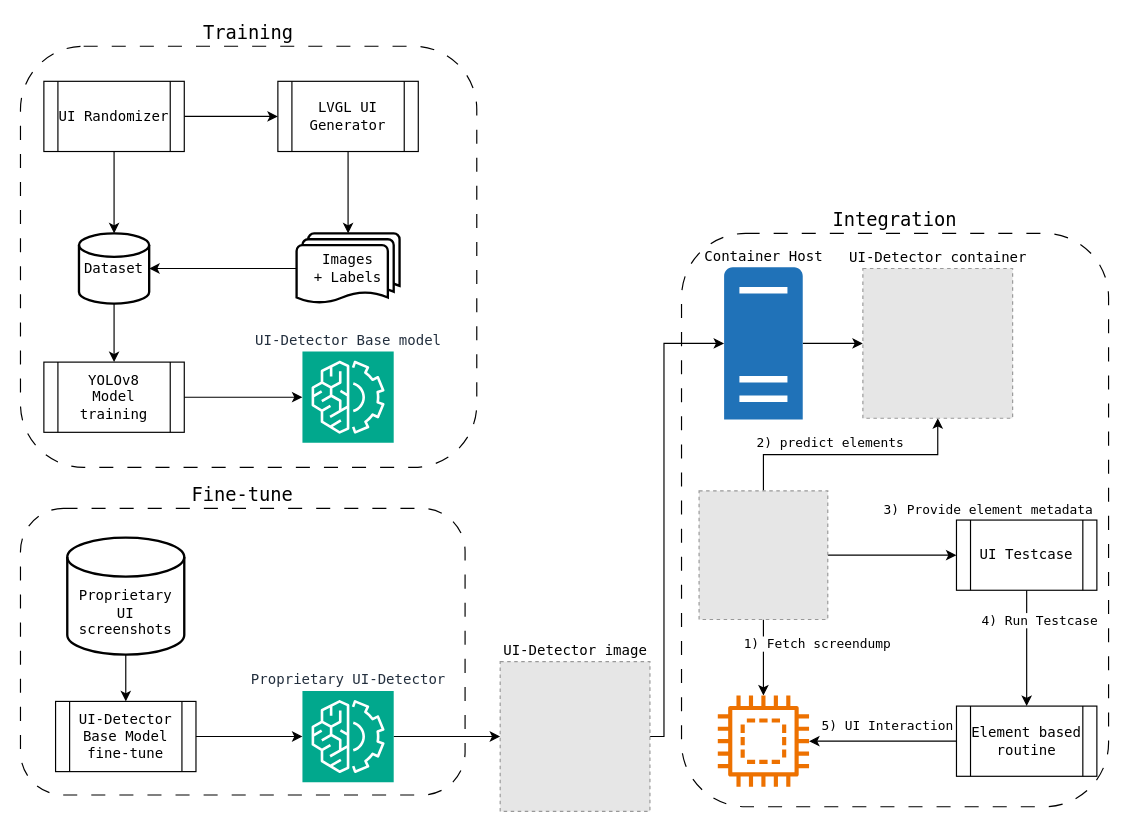
The draw.io diagram doc/Framework.drawio in HackXIt/lvgl-ui-detector, before the edit. Source tidied: cells renumbered, new cells numbered last; positions are measured from the earlier drawing's top-left corner, leaving out a move shared by most shapes. Both pictures are drawn from the tidied source at 117%, with x=0, y=0 at pixel (20, 46). Pictures stored in the file or linked from it are replaced by grey dashed boxes.
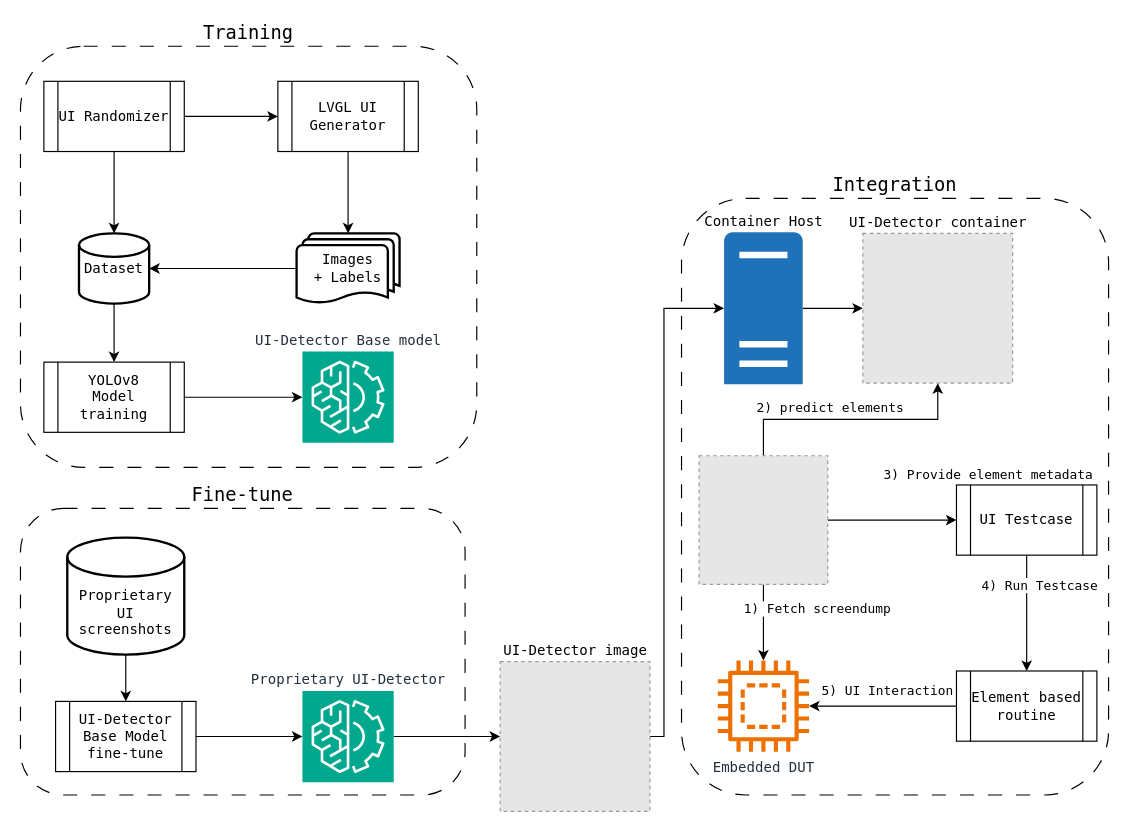
After the change.

The change refers to these unchanged cells:
```xml
<mxCell id="17" value="UI-Detector image" style="fillColor=#E6E6E6;strokeColor=#999999;dashed=1;html=1;verticalAlign=bottom;verticalLabelPosition=top;labelBackgroundColor=#ffffff;labelPosition=center;align=center;fontFamily=Lucida Console;" parent="1" vertex="1">
  <mxGeometry x="410" y="526" width="128" height="128" as="geometry" />
</mxCell>
```

Diff of the diagram source:
```diff
@@
     <mxCell id="3" value="Integration" style="rounded=1;whiteSpace=wrap;html=1;fillColor=none;dashed=1;dashPattern=12 12;labelPosition=center;verticalLabelPosition=top;align=center;verticalAlign=bottom;fontFamily=Lucida Console;fontSize=16;" parent="1" vertex="1">
-      <mxGeometry x="565" y="160" width="365" height="490" as="geometry" />
+      <mxGeometry x="565" y="130" width="365" height="510" as="geometry" />
     </mxCell>
@@
     <mxCell id="16" style="edgeStyle=orthogonalEdgeStyle;rounded=0;jettySize=auto;html=1;exitX=1;exitY=0.5;exitDx=0;exitDy=0;fontFamily=Lucida Console;" parent="1" edge="1" source="17" target="26">
       <mxGeometry relative="1" as="geometry">
         <Array as="points">
           <mxPoint x="550" y="590" />
-          <mxPoint x="550" y="254" />
+          <mxPoint x="550" y="224" />
         </Array>
       </mxGeometry>
     </mxCell>
@@
     <mxCell id="24" style="fillColor=#E6E6E6;strokeColor=#999999;dashed=1;verticalLabelPosition=bottom;labelBackgroundColor=default;verticalAlign=top;fontFamily=Lucida Console;" parent="1" vertex="1">
-      <mxGeometry x="580" y="380" width="110" height="110" as="geometry" />
+      <mxGeometry x="580" y="350" width="110" height="110" as="geometry" />
     </mxCell>
@@
     <mxCell id="26" value="Container Host" style="sketch=0;shadow=0;dashed=0;html=1;strokeColor=none;labelPosition=center;verticalLabelPosition=top;verticalAlign=bottom;outlineConnect=0;align=center;shape=mxgraph.office.servers.physical_host;fillColor=#2072B8;fontFamily=Lucida Console;" parent="1" vertex="1">
-      <mxGeometry x="601.4" y="189" width="67.2" height="130" as="geometry" />
+      <mxGeometry x="601.4" y="159" width="67.2" height="130" as="geometry" />
     </mxCell>
-    <mxCell id="27" style="sketch=0;outlineConnect=0;fontColor=#232F3E;gradientColor=none;fillColor=#ED7100;strokeColor=none;dashed=0;verticalLabelPosition=bottom;verticalAlign=top;align=center;html=1;fontSize=12;fontStyle=0;shape=mxgraph.aws4.braket_embedded_simulator;fontFamily=Lucida Console;" parent="1" vertex="1">
-      <mxGeometry x="596" y="555" width="78" height="78" as="geometry" />
+    <mxCell id="27" value="Embedded DUT" style="sketch=0;outlineConnect=0;fontColor=#232F3E;gradientColor=none;fillColor=#ED7100;strokeColor=none;dashed=0;verticalLabelPosition=bottom;verticalAlign=top;align=center;html=1;fontSize=12;fontStyle=0;shape=mxgraph.aws4.braket_embedded_simulator;fontFamily=Lucida Console;" parent="1" vertex="1">
+      <mxGeometry x="596" y="525" width="78" height="78" as="geometry" />
     </mxCell>
     <mxCell id="28" value="UI-Detector container" style="fillColor=#E6E6E6;strokeColor=#999999;dashed=1;html=1;verticalAlign=bottom;verticalLabelPosition=top;labelBackgroundColor=#ffffff;labelPosition=center;align=center;fontFamily=Lucida Console;" parent="1" vertex="1">
-      <mxGeometry x="720" y="190" width="128" height="128" as="geometry" />
+      <mxGeometry x="720" y="160" width="128" height="128" as="geometry" />
     </mxCell>
@@
     <mxCell id="31" value="UI Testcase" style="shape=process;whiteSpace=wrap;html=1;backgroundOutline=1;fontFamily=Lucida Console;" parent="1" vertex="1">
-      <mxGeometry x="800" y="405" width="120" height="60" as="geometry" />
+      <mxGeometry x="800" y="375" width="120" height="60" as="geometry" />
     </mxCell>
@@
     <mxCell id="41" value="Element based routine" style="shape=process;whiteSpace=wrap;html=1;backgroundOutline=1;fontFamily=Lucida Console;" parent="1" vertex="1">
-      <mxGeometry x="800" y="564" width="120" height="60" as="geometry" />
+      <mxGeometry x="800" y="534" width="120" height="60" as="geometry" />
     </mxCell>
```
